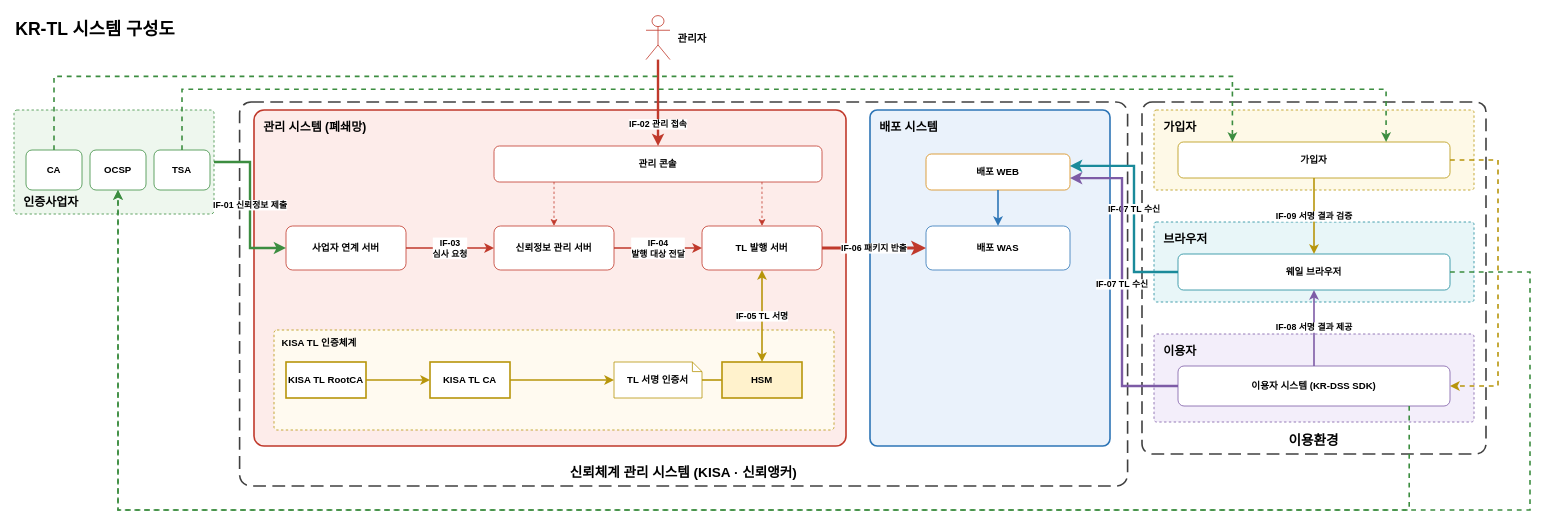
Above: docs/design/KR-TL-관리시스템/diagrams/krtl-system.drawio in yongsungkim-electcerti/kr-dss (draw.io), before the change. Source tidied: cells renumbered, new cells numbered last; positions are measured from the earlier drawing's top-left corner, leaving out a move shared by most shapes. Both pictures are drawn from the tidied source at 80%, with x=0, y=0 at pixel (14, 14).
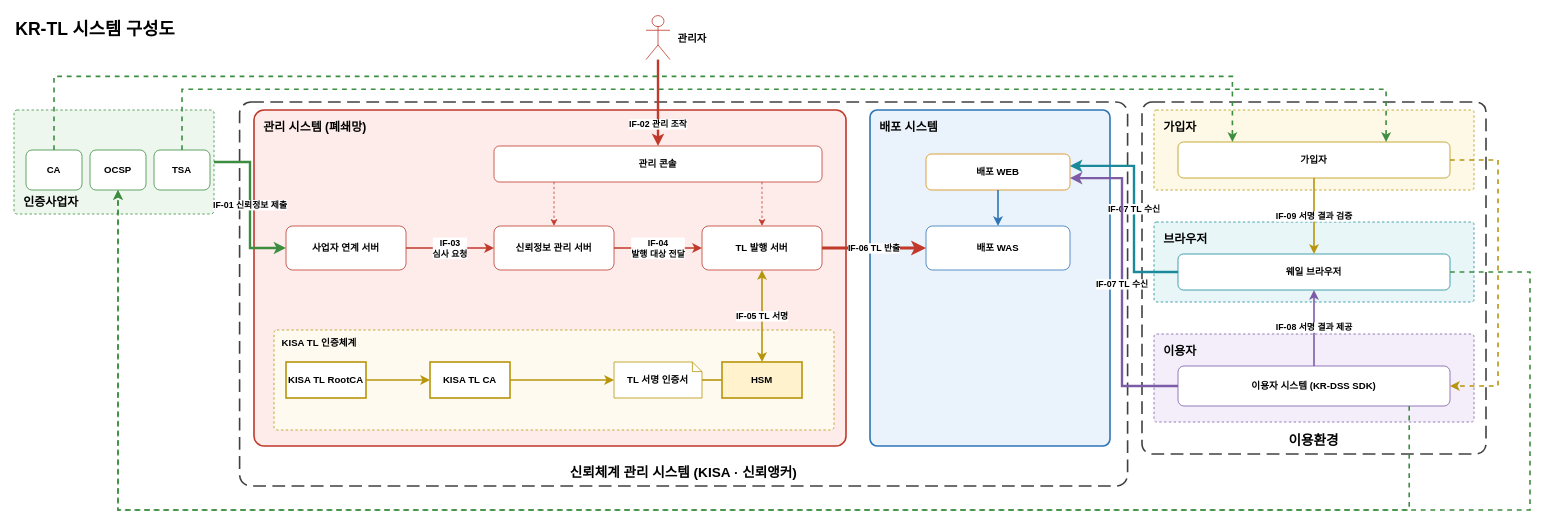
After the change.

The change refers to these unchanged cells:
```xml
<mxCell id="15" value="&lt;b&gt;관리자&lt;/b&gt;" style="shape=umlActor;verticalLabelPosition=middle;labelPosition=right;align=left;spacingLeft=8;html=1;outlineConnect=0;fillColor=#ffffff;strokeColor=#c0392b;fontSize=13;" parent="1" vertex="1">
  <mxGeometry x="790" y="2" width="30" height="55" as="geometry" />
</mxCell>
<mxCell id="16" value="관리 콘솔" style="rounded=1;whiteSpace=wrap;html=1;fillColor=#ffffff;strokeColor=#c0392b;strokeWidth=1;fontStyle=1;" parent="1" vertex="1">
  <mxGeometry x="600" y="165" width="410" height="45" as="geometry" />
</mxCell>
<mxCell id="19" value="TL 발행 서버" style="rounded=1;whiteSpace=wrap;html=1;fillColor=#ffffff;strokeColor=#c0392b;strokeWidth=1;fontStyle=1;" parent="1" vertex="1">
  <mxGeometry x="860" y="265" width="150" height="55" as="geometry" />
</mxCell>
<mxCell id="25" value="배포 WAS" style="rounded=1;whiteSpace=wrap;html=1;fillColor=#ffffff;strokeColor=#2e75b6;strokeWidth=1;fontStyle=1;" parent="1" vertex="1">
  <mxGeometry x="1140" y="265" width="180" height="55" as="geometry" />
</mxCell>
```

Diff of the diagram source:
```diff
@@
-    <mxCell id="30" value="IF-02 관리 접속" style="edgeStyle=orthogonalEdgeStyle;rounded=0;html=1;fontSize=11;fontStyle=1;labelBackgroundColor=#ffffff;strokeColor=#c0392b;strokeWidth=3;exitX=0.5;exitY=1;entryX=0.5;entryY=0;" parent="1" edge="1" source="15" target="16">
+    <mxCell id="30" value="IF-02 관리 조작" style="edgeStyle=orthogonalEdgeStyle;rounded=0;html=1;fontSize=11;fontStyle=1;labelBackgroundColor=#ffffff;strokeColor=#c0392b;strokeWidth=3;exitX=0.5;exitY=1;entryX=0.5;entryY=0;" parent="1" edge="1" source="15" target="16">
       <mxGeometry x="0.5" relative="1" as="geometry" />
     </mxCell>
@@
-    <mxCell id="39" value="IF-06 패키지 반출" style="edgeStyle=orthogonalEdgeStyle;rounded=0;html=1;fontSize=11;fontStyle=1;labelBackgroundColor=#ffffff;strokeColor=#c0392b;strokeWidth=4;exitX=1;exitY=0.5;entryX=0;entryY=0.5;" parent="1" edge="1" source="19" target="25">
+    <mxCell id="39" value="IF-06 TL 반출" style="edgeStyle=orthogonalEdgeStyle;rounded=0;html=1;fontSize=11;fontStyle=1;labelBackgroundColor=#ffffff;strokeColor=#c0392b;strokeWidth=4;exitX=1;exitY=0.5;entryX=0;entryY=0.5;" parent="1" edge="1" source="19" target="25">
       <mxGeometry relative="1" as="geometry" />
     </mxCell>
```
